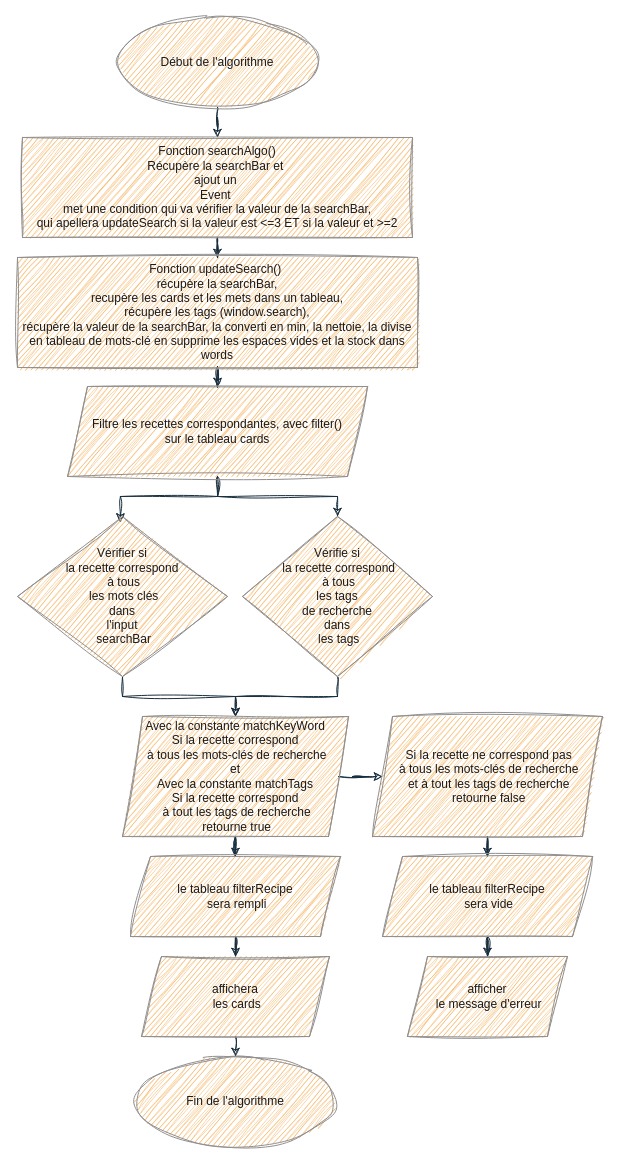
This is Algo de recherche n°2.drawio from abaddon101/Projet---Les-Petits-Plats, a draw.io file, before an edit. Source tidied: cells renumbered, new cells numbered last; positions are measured from the earlier drawing's top-left corner, leaving out a move shared by most shapes. Both pictures are drawn from the tidied source at 100%, with x=0, y=0 at pixel (17, 17).
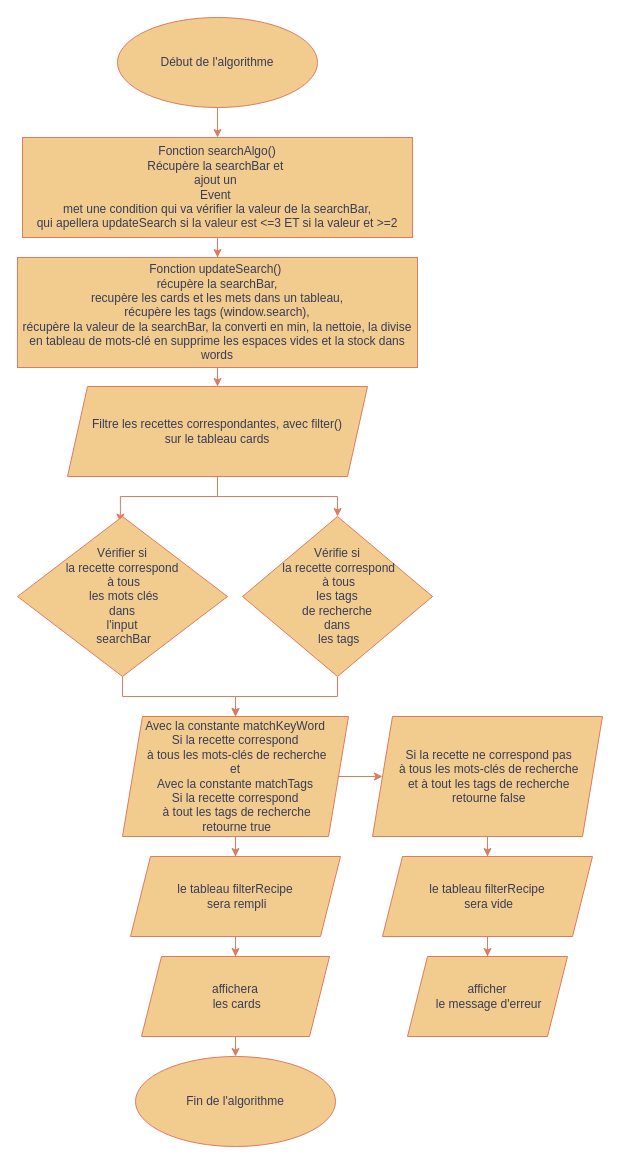
The same page after the edit.

Commit message:
Mettre à jour Algo de recherche n°2.drawio

Diff of the diagram source:
```diff
@@
-    <mxCell id="2" style="edgeStyle=orthogonalEdgeStyle;rounded=0;jettySize=auto;html=1;labelBackgroundColor=none;strokeColor=#182E3E;fontColor=default;sketch=1;curveFitting=1;jiggle=2;" parent="1" edge="1" source="3" target="5">
+    <mxCell id="2" style="edgeStyle=orthogonalEdgeStyle;rounded=0;jettySize=auto;html=1;labelBackgroundColor=none;fontColor=default;strokeColor=#E07A5F;" parent="1" edge="1" source="3" target="5">
       <mxGeometry relative="1" as="geometry" />
     </mxCell>
-    <mxCell id="3" value="Début de l'algorithme" style="ellipse;whiteSpace=wrap;html=1;labelBackgroundColor=none;fillColor=#F5AB50;strokeColor=#909090;fontColor=#1A1A1A;rounded=0;sketch=1;curveFitting=1;jiggle=2;" parent="1" vertex="1">
+    <mxCell id="3" value="Début de l'algorithme" style="ellipse;whiteSpace=wrap;html=1;labelBackgroundColor=none;rounded=0;fillColor=#F2CC8F;strokeColor=#E07A5F;fontColor=#393C56;" parent="1" vertex="1">
       <mxGeometry x="100" width="200" height="90" as="geometry" />
     </mxCell>
-    <mxCell id="4" style="edgeStyle=orthogonalEdgeStyle;rounded=0;jettySize=auto;html=1;labelBackgroundColor=none;strokeColor=#182E3E;fontColor=default;sketch=1;curveFitting=1;jiggle=2;" parent="1" edge="1" source="5" target="7">
+    <mxCell id="4" style="edgeStyle=orthogonalEdgeStyle;rounded=0;jettySize=auto;html=1;labelBackgroundColor=none;fontColor=default;strokeColor=#E07A5F;" parent="1" edge="1" source="5" target="7">
       <mxGeometry relative="1" as="geometry" />
     </mxCell>
-    <mxCell id="5" value="Fonction searchAlgo()&lt;br&gt;Récupère la searchBar et&amp;nbsp;&lt;br&gt;ajout un&amp;nbsp;&lt;br&gt;Event&amp;nbsp;&lt;br&gt;met une condition qui va vérifier la valeur de la searchBar,&lt;br&gt;qui apellera updateSearch si la valeur est &amp;lt;=3 ET si la valeur et &amp;gt;=2" style="rounded=0;whiteSpace=wrap;html=1;labelBackgroundColor=none;fillColor=#F5AB50;strokeColor=#909090;fontColor=#1A1A1A;sketch=1;curveFitting=1;jiggle=2;" parent="1" vertex="1">
+    <mxCell id="5" value="Fonction searchAlgo()&lt;br&gt;Récupère la searchBar et&amp;nbsp;&lt;br&gt;ajout un&amp;nbsp;&lt;br&gt;Event&amp;nbsp;&lt;br&gt;met une condition qui va vérifier la valeur de la searchBar,&lt;br&gt;qui apellera updateSearch si la valeur est &amp;lt;=3 ET si la valeur et &amp;gt;=2" style="rounded=0;whiteSpace=wrap;html=1;labelBackgroundColor=none;fillColor=#F2CC8F;strokeColor=#E07A5F;fontColor=#393C56;" parent="1" vertex="1">
       <mxGeometry x="5" y="120" width="390" height="100" as="geometry" />
     </mxCell>
-    <mxCell id="6" style="edgeStyle=orthogonalEdgeStyle;rounded=0;jettySize=auto;html=1;labelBackgroundColor=none;strokeColor=#182E3E;fontColor=default;sketch=1;curveFitting=1;jiggle=2;" parent="1" edge="1" source="7" target="10">
+    <mxCell id="6" style="edgeStyle=orthogonalEdgeStyle;rounded=0;jettySize=auto;html=1;labelBackgroundColor=none;fontColor=default;strokeColor=#E07A5F;" parent="1" edge="1" source="7" target="10">
       <mxGeometry relative="1" as="geometry" />
     </mxCell>
-    <mxCell id="7" value="Fonction updateSearch()&amp;nbsp;&lt;br&gt;récupère la searchBar,&lt;br&gt;recupère les cards et les mets dans un tableau,&lt;br&gt;récupère les tags (window.search),&lt;br&gt;récupère la valeur de la searchBar, la converti en min, la nettoie, la divise en tableau de mots-clé en supprime les espaces vides et la stock dans words" style="rounded=0;whiteSpace=wrap;html=1;labelBackgroundColor=none;fillColor=#F5AB50;strokeColor=#909090;fontColor=#1A1A1A;sketch=1;curveFitting=1;jiggle=2;" parent="1" vertex="1">
+    <mxCell id="7" value="Fonction updateSearch()&amp;nbsp;&lt;br&gt;récupère la searchBar,&lt;br&gt;recupère les cards et les mets dans un tableau,&lt;br&gt;récupère les tags (window.search),&lt;br&gt;récupère la valeur de la searchBar, la converti en min, la nettoie, la divise en tableau de mots-clé en supprime les espaces vides et la stock dans words" style="rounded=0;whiteSpace=wrap;html=1;labelBackgroundColor=none;fillColor=#F2CC8F;strokeColor=#E07A5F;fontColor=#393C56;" parent="1" vertex="1">
       <mxGeometry y="240" width="400" height="110" as="geometry" />
     </mxCell>
-    <mxCell id="8" style="edgeStyle=orthogonalEdgeStyle;rounded=0;jettySize=auto;html=1;entryX=0.49;entryY=0.035;entryDx=0;entryDy=0;entryPerimeter=0;strokeColor=#182E3E;fontColor=default;labelBackgroundColor=none;sketch=1;curveFitting=1;jiggle=2;" parent="1" edge="1" source="10" target="12">
+    <mxCell id="8" style="edgeStyle=orthogonalEdgeStyle;rounded=0;jettySize=auto;html=1;entryX=0.49;entryY=0.035;entryDx=0;entryDy=0;entryPerimeter=0;fontColor=default;labelBackgroundColor=none;strokeColor=#E07A5F;" parent="1" edge="1" source="10" target="12">
       <mxGeometry relative="1" as="geometry" />
     </mxCell>
-    <mxCell id="9" style="edgeStyle=orthogonalEdgeStyle;rounded=0;jettySize=auto;html=1;entryX=0.5;entryY=0;entryDx=0;entryDy=0;strokeColor=#182E3E;fontColor=default;labelBackgroundColor=none;sketch=1;curveFitting=1;jiggle=2;" parent="1" edge="1" source="10" target="14">
+    <mxCell id="9" style="edgeStyle=orthogonalEdgeStyle;rounded=0;jettySize=auto;html=1;entryX=0.5;entryY=0;entryDx=0;entryDy=0;fontColor=default;labelBackgroundColor=none;strokeColor=#E07A5F;" parent="1" edge="1" source="10" target="14">
       <mxGeometry relative="1" as="geometry" />
     </mxCell>
-    <mxCell id="10" value="Filtre les recettes correspondantes, avec filter()&lt;br&gt;sur le tableau cards" style="shape=parallelogram;perimeter=parallelogramPerimeter;whiteSpace=wrap;html=1;fixedSize=1;rounded=0;labelBackgroundColor=none;fillColor=#F5AB50;strokeColor=#909090;fontColor=#1A1A1A;sketch=1;curveFitting=1;jiggle=2;" parent="1" vertex="1">
+    <mxCell id="10" value="Filtre les recettes correspondantes, avec filter()&lt;br&gt;sur le tableau cards" style="shape=parallelogram;perimeter=parallelogramPerimeter;whiteSpace=wrap;html=1;fixedSize=1;rounded=0;labelBackgroundColor=none;fillColor=#F2CC8F;strokeColor=#E07A5F;fontColor=#393C56;" parent="1" vertex="1">
       <mxGeometry x="50" y="369" width="300" height="90" as="geometry" />
     </mxCell>
-    <mxCell id="11" style="edgeStyle=orthogonalEdgeStyle;rounded=0;jettySize=auto;html=1;labelBackgroundColor=none;strokeColor=#182E3E;fontColor=default;sketch=1;curveFitting=1;jiggle=2;" parent="1" edge="1" source="12" target="17">
+    <mxCell id="11" style="edgeStyle=orthogonalEdgeStyle;rounded=0;jettySize=auto;html=1;labelBackgroundColor=none;fontColor=default;strokeColor=#E07A5F;" parent="1" edge="1" source="12" target="17">
       <mxGeometry relative="1" as="geometry" />
     </mxCell>
-    <mxCell id="12" value="Vérifier si &lt;br&gt;la recette correspond&lt;br&gt;&amp;nbsp;à tous&lt;br&gt;&amp;nbsp;les mots clés&lt;br&gt;dans &lt;br&gt;l'input&lt;br&gt;&amp;nbsp;searchBar" style="rhombus;whiteSpace=wrap;html=1;rounded=0;labelBackgroundColor=none;fillColor=#F5AB50;strokeColor=#909090;fontColor=#1A1A1A;sketch=1;curveFitting=1;jiggle=2;" parent="1" vertex="1">
+    <mxCell id="12" value="Vérifier si &lt;br&gt;la recette correspond&lt;br&gt;&amp;nbsp;à tous&lt;br&gt;&amp;nbsp;les mots clés&lt;br&gt;dans &lt;br&gt;l'input&lt;br&gt;&amp;nbsp;searchBar" style="rhombus;whiteSpace=wrap;html=1;rounded=0;labelBackgroundColor=none;fillColor=#F2CC8F;strokeColor=#E07A5F;fontColor=#393C56;" parent="1" vertex="1">
       <mxGeometry y="499" width="210" height="160" as="geometry" />
     </mxCell>
-    <mxCell id="13" style="edgeStyle=orthogonalEdgeStyle;rounded=0;jettySize=auto;html=1;exitX=0.5;exitY=1;exitDx=0;exitDy=0;entryX=0.5;entryY=0;entryDx=0;entryDy=0;labelBackgroundColor=none;strokeColor=#182E3E;fontColor=default;sketch=1;curveFitting=1;jiggle=2;" parent="1" edge="1" source="14" target="17">
+    <mxCell id="13" style="edgeStyle=orthogonalEdgeStyle;rounded=0;jettySize=auto;html=1;exitX=0.5;exitY=1;exitDx=0;exitDy=0;entryX=0.5;entryY=0;entryDx=0;entryDy=0;labelBackgroundColor=none;fontColor=default;strokeColor=#E07A5F;" parent="1" edge="1" source="14" target="17">
       <mxGeometry relative="1" as="geometry" />
     </mxCell>
-    <mxCell id="14" value="Vérifie si&lt;br&gt;&amp;nbsp;la recette correspond&lt;br&gt;&amp;nbsp;à tous &lt;br&gt;les tags&lt;br&gt;&amp;nbsp;de recherche&amp;nbsp;&lt;br&gt;dans&lt;br&gt;&amp;nbsp;les tags" style="rhombus;whiteSpace=wrap;html=1;rounded=0;labelBackgroundColor=none;fillColor=#F5AB50;strokeColor=#909090;fontColor=#1A1A1A;sketch=1;curveFitting=1;jiggle=2;" parent="1" vertex="1">
+    <mxCell id="14" value="Vérifie si&lt;br&gt;&amp;nbsp;la recette correspond&lt;br&gt;&amp;nbsp;à tous &lt;br&gt;les tags&lt;br&gt;&amp;nbsp;de recherche&amp;nbsp;&lt;br&gt;dans&lt;br&gt;&amp;nbsp;les tags" style="rhombus;whiteSpace=wrap;html=1;rounded=0;labelBackgroundColor=none;fillColor=#F2CC8F;strokeColor=#E07A5F;fontColor=#393C56;" parent="1" vertex="1">
       <mxGeometry x="225" y="499" width="190" height="160" as="geometry" />
     </mxCell>
-    <mxCell id="15" style="edgeStyle=orthogonalEdgeStyle;rounded=0;jettySize=auto;html=1;labelBackgroundColor=none;strokeColor=#182E3E;fontColor=default;sketch=1;curveFitting=1;jiggle=2;" parent="1" edge="1" source="17" target="23">
+    <mxCell id="15" style="edgeStyle=orthogonalEdgeStyle;rounded=0;jettySize=auto;html=1;labelBackgroundColor=none;fontColor=default;strokeColor=#E07A5F;" parent="1" edge="1" source="17" target="23">
       <mxGeometry relative="1" as="geometry" />
     </mxCell>
-    <mxCell id="16" style="edgeStyle=orthogonalEdgeStyle;rounded=0;jettySize=auto;html=1;labelBackgroundColor=none;strokeColor=#182E3E;fontColor=default;sketch=1;curveFitting=1;jiggle=2;" parent="1" edge="1" source="17" target="19">
+    <mxCell id="16" style="edgeStyle=orthogonalEdgeStyle;rounded=0;jettySize=auto;html=1;labelBackgroundColor=none;fontColor=default;strokeColor=#E07A5F;" parent="1" edge="1" source="17" target="19">
       <mxGeometry relative="1" as="geometry" />
     </mxCell>
-    <mxCell id="17" value="Avec la constante matchKeyWord&lt;br&gt;&amp;nbsp;Si la recette correspond&amp;nbsp;&lt;br&gt;&amp;nbsp;à tous les mots-clés de recherche&lt;br&gt;&amp;nbsp;et&amp;nbsp;&lt;br&gt;Avec la constante matchTags&lt;br&gt;Si la recette correspond&lt;br&gt;&amp;nbsp;à tout les tags de recherche&lt;br&gt;&amp;nbsp;retourne true" style="shape=parallelogram;perimeter=parallelogramPerimeter;whiteSpace=wrap;html=1;fixedSize=1;rounded=0;labelBackgroundColor=none;fillColor=#F5AB50;strokeColor=#909090;fontColor=#1A1A1A;sketch=1;curveFitting=1;jiggle=2;" parent="1" vertex="1">
+    <mxCell id="17" value="Avec la constante matchKeyWord&lt;br&gt;&amp;nbsp;Si la recette correspond&amp;nbsp;&lt;br&gt;&amp;nbsp;à tous les mots-clés de recherche&lt;br&gt;&amp;nbsp;et&amp;nbsp;&lt;br&gt;Avec la constante matchTags&lt;br&gt;Si la recette correspond&lt;br&gt;&amp;nbsp;à tout les tags de recherche&lt;br&gt;&amp;nbsp;retourne true" style="shape=parallelogram;perimeter=parallelogramPerimeter;whiteSpace=wrap;html=1;fixedSize=1;rounded=0;labelBackgroundColor=none;fillColor=#F2CC8F;strokeColor=#E07A5F;fontColor=#393C56;" parent="1" vertex="1">
       <mxGeometry x="105" y="699" width="226" height="120" as="geometry" />
     </mxCell>
-    <mxCell id="18" style="edgeStyle=orthogonalEdgeStyle;rounded=0;jettySize=auto;html=1;labelBackgroundColor=none;strokeColor=#182E3E;fontColor=default;sketch=1;curveFitting=1;jiggle=2;" parent="1" edge="1" source="19" target="21">
+    <mxCell id="18" style="edgeStyle=orthogonalEdgeStyle;rounded=0;jettySize=auto;html=1;labelBackgroundColor=none;fontColor=default;strokeColor=#E07A5F;" parent="1" edge="1" source="19" target="21">
       <mxGeometry relative="1" as="geometry" />
     </mxCell>
-    <mxCell id="19" value="&amp;nbsp;Si la recette ne correspond pas&lt;br style=&quot;border-color: var(--border-color);&quot;&gt;&amp;nbsp;à tous les mots-clés de recherche&lt;br style=&quot;border-color: var(--border-color);&quot;&gt;&amp;nbsp;et à tout les tags de recherche&lt;br style=&quot;border-color: var(--border-color);&quot;&gt;&amp;nbsp;retourne false" style="shape=parallelogram;perimeter=parallelogramPerimeter;whiteSpace=wrap;html=1;fixedSize=1;labelBackgroundColor=none;fillColor=#F5AB50;strokeColor=#909090;fontColor=#1A1A1A;rounded=0;sketch=1;curveFitting=1;jiggle=2;" parent="1" vertex="1">
+    <mxCell id="19" value="&amp;nbsp;Si la recette ne correspond pas&lt;br style=&quot;border-color: var(--border-color);&quot;&gt;&amp;nbsp;à tous les mots-clés de recherche&lt;br style=&quot;border-color: var(--border-color);&quot;&gt;&amp;nbsp;et à tout les tags de recherche&lt;br style=&quot;border-color: var(--border-color);&quot;&gt;&amp;nbsp;retourne false" style="shape=parallelogram;perimeter=parallelogramPerimeter;whiteSpace=wrap;html=1;fixedSize=1;labelBackgroundColor=none;rounded=0;fillColor=#F2CC8F;strokeColor=#E07A5F;fontColor=#393C56;" parent="1" vertex="1">
       <mxGeometry x="355" y="699" width="230" height="120" as="geometry" />
     </mxCell>
-    <mxCell id="20" style="edgeStyle=orthogonalEdgeStyle;rounded=0;jettySize=auto;html=1;entryX=0.5;entryY=0;entryDx=0;entryDy=0;labelBackgroundColor=none;strokeColor=#182E3E;fontColor=default;sketch=1;curveFitting=1;jiggle=2;" parent="1" edge="1" source="21" target="26">
+    <mxCell id="20" style="edgeStyle=orthogonalEdgeStyle;rounded=0;jettySize=auto;html=1;entryX=0.5;entryY=0;entryDx=0;entryDy=0;labelBackgroundColor=none;fontColor=default;strokeColor=#E07A5F;" parent="1" edge="1" source="21" target="26">
       <mxGeometry relative="1" as="geometry" />
     </mxCell>
-    <mxCell id="21" value="le tableau filterRecipe&lt;br&gt;&amp;nbsp;sera vide" style="shape=parallelogram;perimeter=parallelogramPerimeter;whiteSpace=wrap;html=1;fixedSize=1;labelBackgroundColor=none;fillColor=#F5AB50;strokeColor=#909090;fontColor=#1A1A1A;rounded=0;sketch=1;curveFitting=1;jiggle=2;" parent="1" vertex="1">
+    <mxCell id="21" value="le tableau filterRecipe&lt;br&gt;&amp;nbsp;sera vide" style="shape=parallelogram;perimeter=parallelogramPerimeter;whiteSpace=wrap;html=1;fixedSize=1;labelBackgroundColor=none;rounded=0;fillColor=#F2CC8F;strokeColor=#E07A5F;fontColor=#393C56;" parent="1" vertex="1">
       <mxGeometry x="365" y="839" width="210" height="80" as="geometry" />
     </mxCell>
-    <mxCell id="22" style="edgeStyle=orthogonalEdgeStyle;rounded=0;jettySize=auto;html=1;labelBackgroundColor=none;strokeColor=#182E3E;fontColor=default;sketch=1;curveFitting=1;jiggle=2;" parent="1" edge="1" source="23" target="25">
+    <mxCell id="22" style="edgeStyle=orthogonalEdgeStyle;rounded=0;jettySize=auto;html=1;labelBackgroundColor=none;fontColor=default;strokeColor=#E07A5F;" parent="1" edge="1" source="23" target="25">
       <mxGeometry relative="1" as="geometry" />
     </mxCell>
-    <mxCell id="23" value="le tableau filterRecipe&lt;br&gt;&amp;nbsp;sera rempli" style="shape=parallelogram;perimeter=parallelogramPerimeter;whiteSpace=wrap;html=1;fixedSize=1;rounded=0;labelBackgroundColor=none;fillColor=#F5AB50;strokeColor=#909090;fontColor=#1A1A1A;sketch=1;curveFitting=1;jiggle=2;" parent="1" vertex="1">
+    <mxCell id="23" value="le tableau filterRecipe&lt;br&gt;&amp;nbsp;sera rempli" style="shape=parallelogram;perimeter=parallelogramPerimeter;whiteSpace=wrap;html=1;fixedSize=1;rounded=0;labelBackgroundColor=none;fillColor=#F2CC8F;strokeColor=#E07A5F;fontColor=#393C56;" parent="1" vertex="1">
       <mxGeometry x="113" y="839" width="210" height="80" as="geometry" />
     </mxCell>
-    <mxCell id="24" style="edgeStyle=orthogonalEdgeStyle;rounded=0;jettySize=auto;html=1;exitX=0.5;exitY=1;exitDx=0;exitDy=0;entryX=0.5;entryY=0;entryDx=0;entryDy=0;labelBackgroundColor=none;strokeColor=#182E3E;fontColor=default;sketch=1;curveFitting=1;jiggle=2;" parent="1" edge="1" source="25" target="27">
+    <mxCell id="24" style="edgeStyle=orthogonalEdgeStyle;rounded=0;jettySize=auto;html=1;exitX=0.5;exitY=1;exitDx=0;exitDy=0;entryX=0.5;entryY=0;entryDx=0;entryDy=0;labelBackgroundColor=none;fontColor=default;strokeColor=#E07A5F;" parent="1" edge="1" source="25" target="27">
       <mxGeometry relative="1" as="geometry" />
     </mxCell>
-    <mxCell id="25" value="affichera&lt;br&gt;&amp;nbsp;les cards" style="shape=parallelogram;perimeter=parallelogramPerimeter;whiteSpace=wrap;html=1;fixedSize=1;rounded=0;labelBackgroundColor=none;fillColor=#F5AB50;strokeColor=#909090;fontColor=#1A1A1A;sketch=1;curveFitting=1;jiggle=2;" parent="1" vertex="1">
+    <mxCell id="25" value="affichera&lt;br&gt;&amp;nbsp;les cards" style="shape=parallelogram;perimeter=parallelogramPerimeter;whiteSpace=wrap;html=1;fixedSize=1;rounded=0;labelBackgroundColor=none;fillColor=#F2CC8F;strokeColor=#E07A5F;fontColor=#393C56;" parent="1" vertex="1">
       <mxGeometry x="124" y="939" width="188" height="80" as="geometry" />
     </mxCell>
-    <mxCell id="26" value="afficher&lt;br&gt;&amp;nbsp;le message d'erreur" style="shape=parallelogram;perimeter=parallelogramPerimeter;whiteSpace=wrap;html=1;fixedSize=1;labelBackgroundColor=none;fillColor=#F5AB50;strokeColor=#909090;fontColor=#1A1A1A;rounded=0;sketch=1;curveFitting=1;jiggle=2;" parent="1" vertex="1">
+    <mxCell id="26" value="afficher&lt;br&gt;&amp;nbsp;le message d'erreur" style="shape=parallelogram;perimeter=parallelogramPerimeter;whiteSpace=wrap;html=1;fixedSize=1;labelBackgroundColor=none;rounded=0;fillColor=#F2CC8F;strokeColor=#E07A5F;fontColor=#393C56;" parent="1" vertex="1">
       <mxGeometry x="390" y="939" width="160" height="80" as="geometry" />
     </mxCell>
-    <mxCell id="27" value="Fin de l'algorithme" style="ellipse;whiteSpace=wrap;html=1;labelBackgroundColor=none;fillColor=#F5AB50;strokeColor=#909090;fontColor=#1A1A1A;rounded=0;sketch=1;curveFitting=1;jiggle=2;" parent="1" vertex="1">
+    <mxCell id="27" value="Fin de l'algorithme" style="ellipse;whiteSpace=wrap;html=1;labelBackgroundColor=none;rounded=0;fillColor=#F2CC8F;strokeColor=#E07A5F;fontColor=#393C56;" parent="1" vertex="1">
       <mxGeometry x="118" y="1039" width="200" height="90" as="geometry" />
     </mxCell>
```
